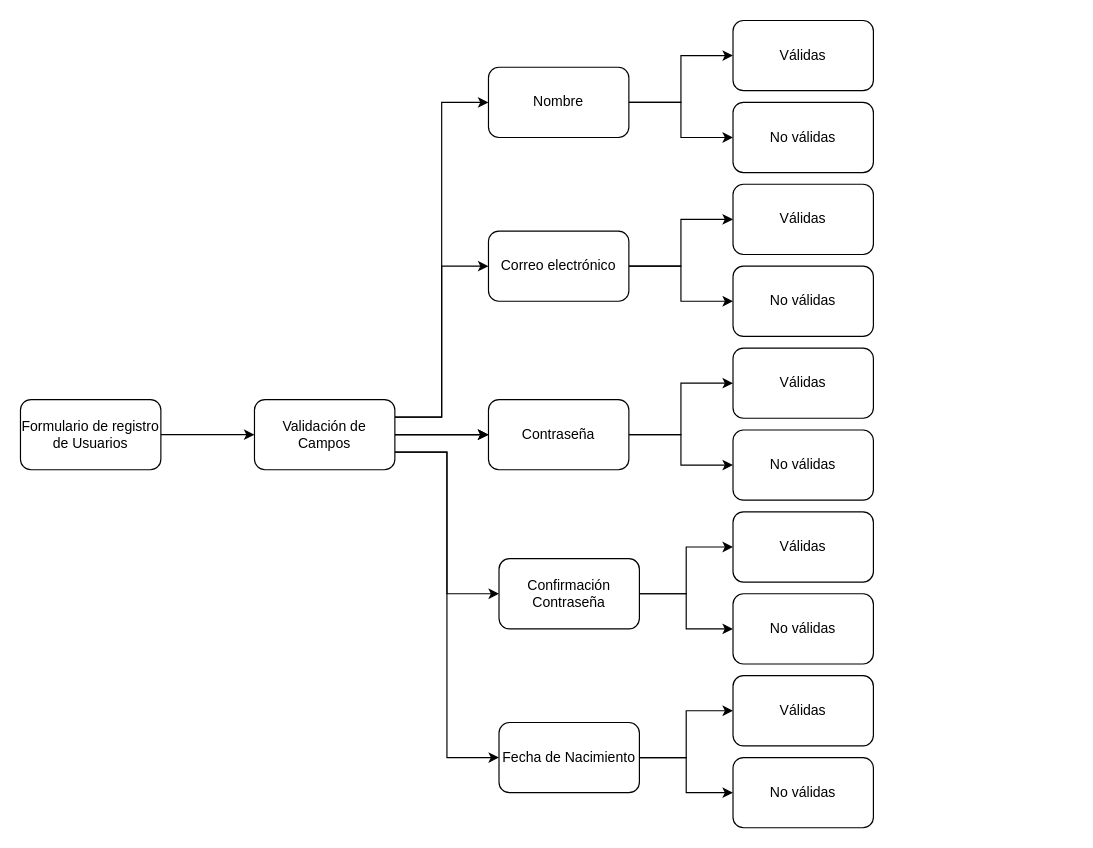
This is TT_Sprint2_Cap4_Lecc6.drawio from mariocruz4/triple_ten_qa_engineer, a draw.io file, before an edit. Source tidied: cells renumbered, new cells numbered last; positions are measured from the earlier drawing's top-left corner, leaving out a move shared by most shapes. Both pictures are drawn from the tidied source at 117%, with x=0, y=0 at pixel (20, 20).
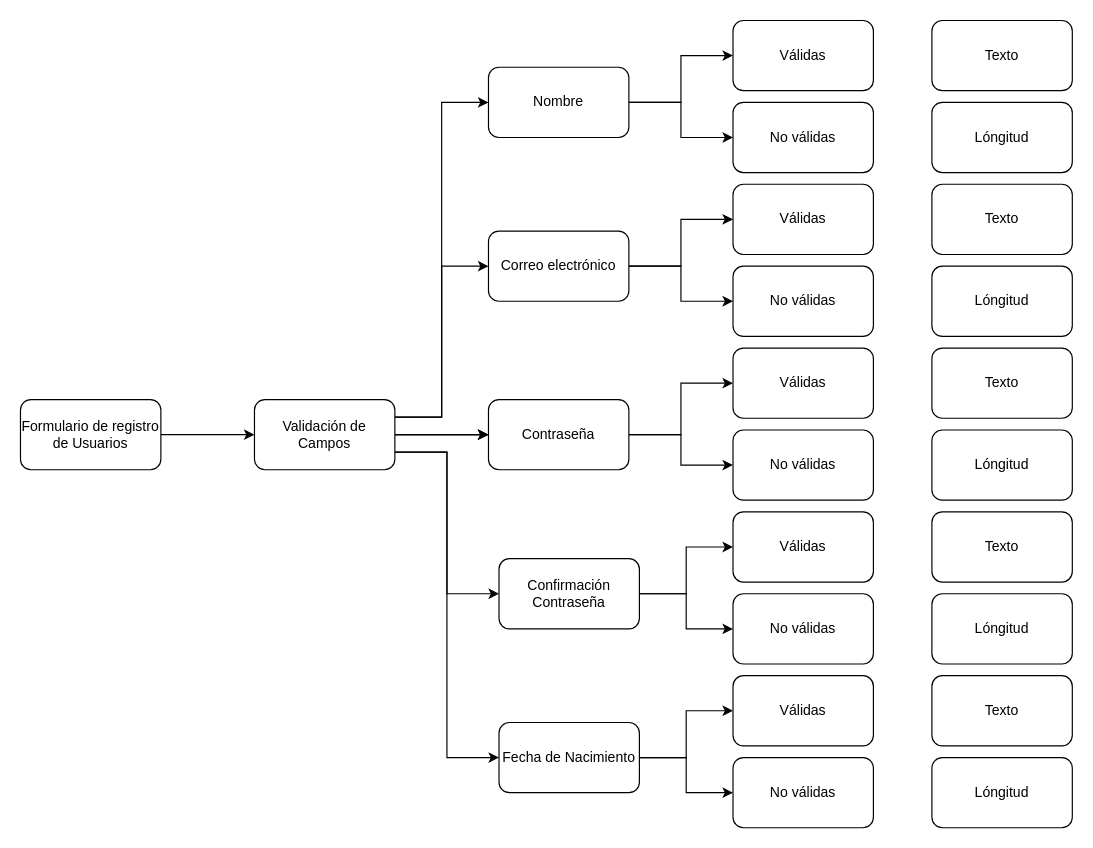
Above is the later version.

The edit, as a diff of the source:
```diff
@@
+    <mxCell id="37" value="Texto" style="rounded=1;whiteSpace=wrap;html=1;" parent="1" vertex="1">
+      <mxGeometry x="779" width="120" height="60" as="geometry" />
+    </mxCell>
+    <mxCell id="38" value="Lóngitud" style="rounded=1;whiteSpace=wrap;html=1;" parent="1" vertex="1">
+      <mxGeometry x="779" y="70" width="120" height="60" as="geometry" />
+    </mxCell>
+    <mxCell id="39" value="Texto" style="rounded=1;whiteSpace=wrap;html=1;" parent="1" vertex="1">
+      <mxGeometry x="779" y="140" width="120" height="60" as="geometry" />
+    </mxCell>
+    <mxCell id="40" value="Lóngitud" style="rounded=1;whiteSpace=wrap;html=1;" parent="1" vertex="1">
+      <mxGeometry x="779" y="210" width="120" height="60" as="geometry" />
+    </mxCell>
+    <mxCell id="41" value="Texto" style="rounded=1;whiteSpace=wrap;html=1;" parent="1" vertex="1">
+      <mxGeometry x="779" y="280" width="120" height="60" as="geometry" />
+    </mxCell>
+    <mxCell id="42" value="Lóngitud" style="rounded=1;whiteSpace=wrap;html=1;" parent="1" vertex="1">
+      <mxGeometry x="779" y="350" width="120" height="60" as="geometry" />
+    </mxCell>
+    <mxCell id="43" value="Texto" style="rounded=1;whiteSpace=wrap;html=1;" parent="1" vertex="1">
+      <mxGeometry x="779" y="420" width="120" height="60" as="geometry" />
+    </mxCell>
+    <mxCell id="44" value="Lóngitud" style="rounded=1;whiteSpace=wrap;html=1;" parent="1" vertex="1">
+      <mxGeometry x="779" y="490" width="120" height="60" as="geometry" />
+    </mxCell>
+    <mxCell id="45" value="Texto" style="rounded=1;whiteSpace=wrap;html=1;" parent="1" vertex="1">
+      <mxGeometry x="779" y="560" width="120" height="60" as="geometry" />
+    </mxCell>
+    <mxCell id="46" value="Lóngitud" style="rounded=1;whiteSpace=wrap;html=1;" parent="1" vertex="1">
+      <mxGeometry x="779" y="630" width="120" height="60" as="geometry" />
+    </mxCell>
```
